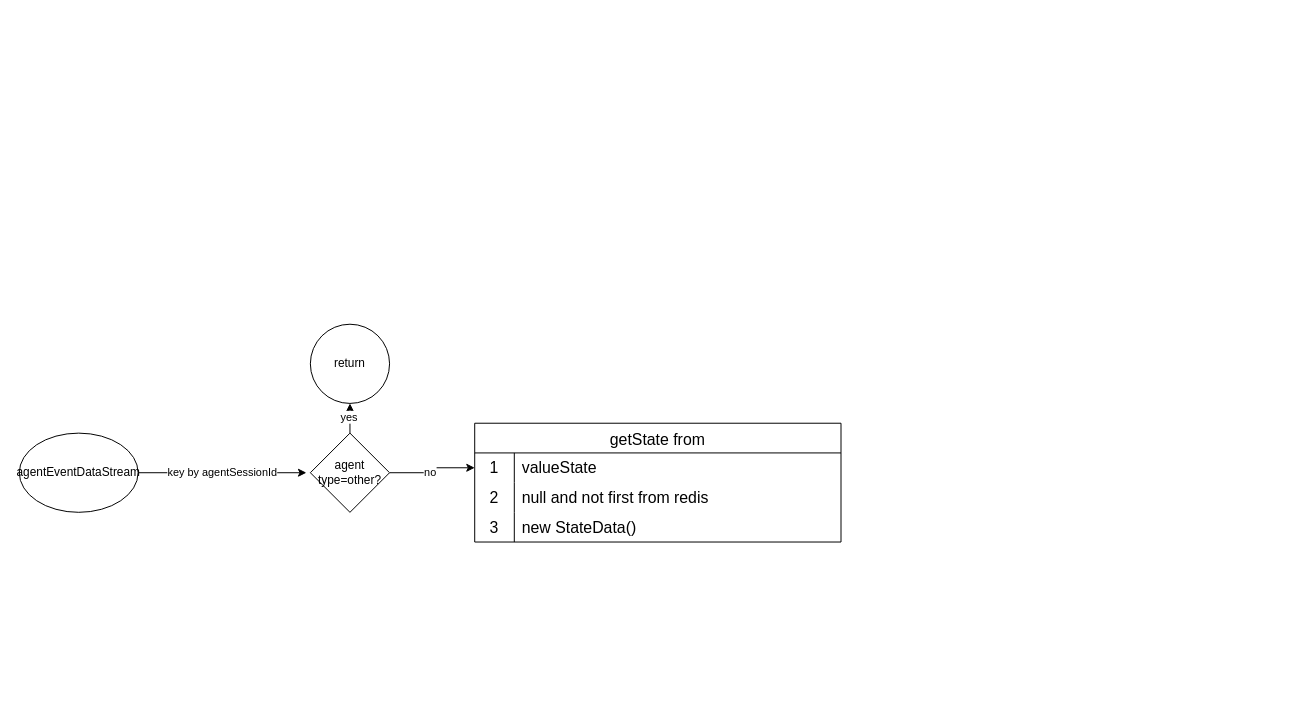
Earlier version of the draw.io diagram aarasr/aar-main.drawio (qianli2022/drawio). Source tidied: cells renumbered, new cells numbered last; positions are measured from the earlier drawing's top-left corner, leaving out a move shared by most shapes. Both pictures are drawn from the tidied source at 99%, with x=0, y=0 at pixel (19, 324).
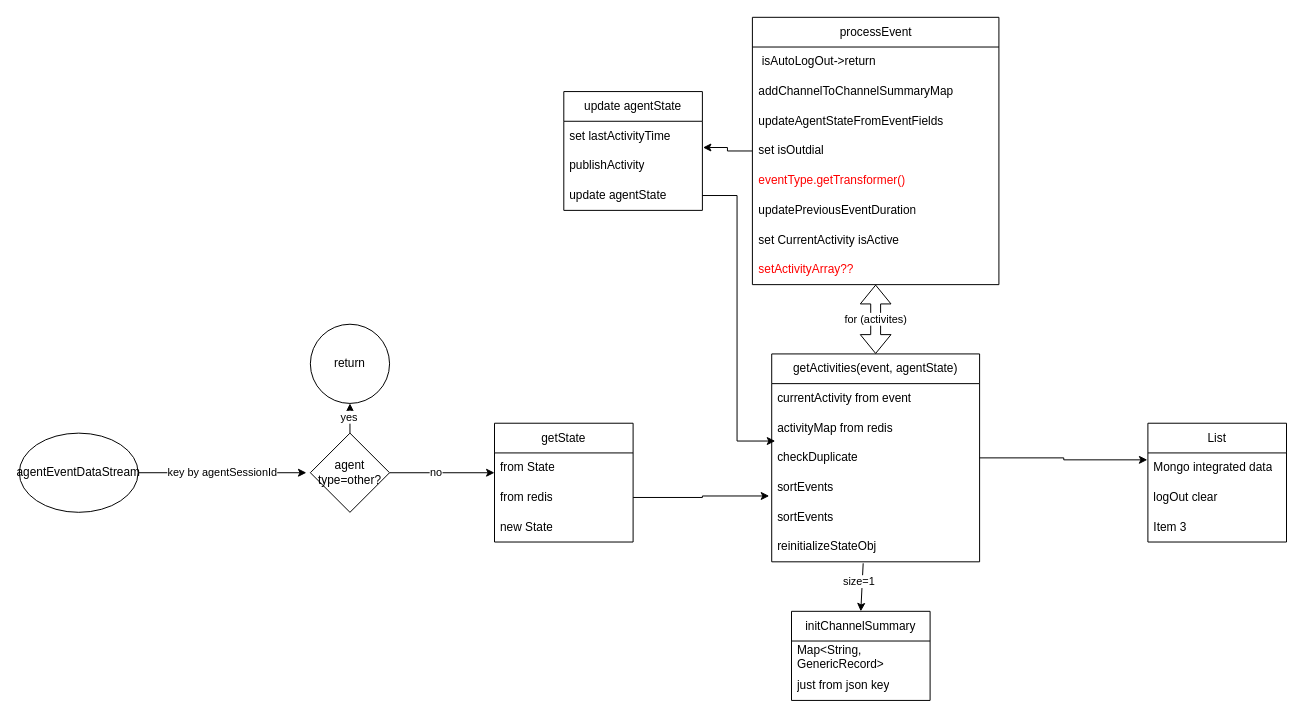
Above is the later version.

The change refers to these unchanged cells:
```xml
<mxCell id="8" value="agent type=other?" style="rhombus;whiteSpace=wrap;html=1;" parent="1" vertex="1">
  <mxGeometry x="294" y="110" width="80" height="80" as="geometry" />
</mxCell>
```

The edit, as a diff of the source:
```diff
@@
-    <mxCell id="6" style="edgeStyle=orthogonalEdgeStyle;rounded=0;jettySize=auto;html=1;entryX=0;entryY=0.5;entryDx=0;entryDy=0;" parent="1" edge="1" source="8" target="11">
+    <mxCell id="6" style="edgeStyle=orthogonalEdgeStyle;rounded=0;jettySize=auto;html=1;entryX=0;entryY=0.667;entryDx=0;entryDy=0;entryPerimeter=0;" parent="1" edge="1" source="8" target="21">
       <mxGeometry relative="1" as="geometry" />
     </mxCell>
@@
-    <mxCell id="10" value="getState from" style="shape=table;startSize=30;childLayout=tableLayout;rowLines=0;fontStyle=0;strokeColor=default;fontSize=16;" parent="1" vertex="1">
-      <mxGeometry x="460" y="100" width="370" height="120" as="geometry" />
-    </mxCell>
-    <mxCell id="11" style="shape=tableRow;horizontal=0;startSize=0;swimlaneHead=0;swimlaneBody=0;top=0;left=0;bottom=0;right=0;fillColor=none;points=[[0,0.5],[1,0.5]];portConstraint=eastwest;strokeColor=inherit;fontSize=16;" parent="10" vertex="1">
-      <mxGeometry y="30" width="370" height="30" as="geometry" />
-    </mxCell>
-    <mxCell id="12" value="1" style="shape=partialRectangle;html=1;whiteSpace=wrap;fillColor=none;top=0;left=0;bottom=0;right=0;overflow=hidden;strokeColor=inherit;fontSize=16;" parent="11" vertex="1">
-      <mxGeometry width="40" height="30" as="geometry" />
-    </mxCell>
-    <mxCell id="13" value="valueState" style="shape=partialRectangle;html=1;whiteSpace=wrap;fillColor=none;top=0;left=0;bottom=0;right=0;align=left;spacingLeft=6;overflow=hidden;strokeColor=inherit;fontSize=16;" parent="11" vertex="1">
-      <mxGeometry x="40" width="330" height="30" as="geometry" />
-    </mxCell>
-    <mxCell id="14" style="shape=tableRow;horizontal=0;startSize=0;swimlaneHead=0;swimlaneBody=0;top=0;left=0;bottom=0;right=0;fillColor=none;strokeColor=inherit;fontSize=16;" parent="10" vertex="1">
-      <mxGeometry y="60" width="370" height="30" as="geometry" />
-    </mxCell>
-    <mxCell id="15" value="2" style="shape=partialRectangle;html=1;whiteSpace=wrap;fillColor=none;top=0;left=0;bottom=0;right=0;overflow=hidden;strokeColor=inherit;fontSize=16;" parent="14" vertex="1">
-      <mxGeometry width="40" height="30" as="geometry" />
-    </mxCell>
-    <mxCell id="16" value="null and not first from redis" style="shape=partialRectangle;html=1;whiteSpace=wrap;fillColor=none;top=0;left=0;bottom=0;right=0;align=left;spacingLeft=6;overflow=hidden;strokeColor=inherit;fontSize=16;" parent="14" vertex="1">
-      <mxGeometry x="40" width="330" height="30" as="geometry" />
-    </mxCell>
-    <mxCell id="17" style="shape=tableRow;horizontal=0;startSize=0;swimlaneHead=0;swimlaneBody=0;top=0;left=0;bottom=0;right=0;fillColor=none;strokeColor=inherit;fontSize=16;" parent="10" vertex="1">
-      <mxGeometry y="90" width="370" height="30" as="geometry" />
-    </mxCell>
-    <mxCell id="18" value="3" style="shape=partialRectangle;html=1;whiteSpace=wrap;fillColor=none;top=0;left=0;bottom=0;right=0;overflow=hidden;strokeColor=inherit;fontSize=16;" parent="17" vertex="1">
-      <mxGeometry width="40" height="30" as="geometry" />
-    </mxCell>
-    <mxCell id="19" value="new StateData()" style="shape=partialRectangle;html=1;whiteSpace=wrap;fillColor=none;top=0;left=0;bottom=0;right=0;align=left;spacingLeft=6;overflow=hidden;strokeColor=inherit;fontSize=16;" parent="17" vertex="1">
-      <mxGeometry x="40" width="330" height="30" as="geometry" />
-    </mxCell>
+    <mxCell id="20" value="getState" style="swimlane;fontStyle=0;horizontal=1;startSize=30;whiteSpace=wrap;html=1;" parent="1" vertex="1">
+      <mxGeometry x="480" y="100" width="140" height="120" as="geometry" />
+    </mxCell>
+    <mxCell id="21" value="from State" style="text;strokeColor=none;fillColor=none;align=left;verticalAlign=middle;spacingLeft=4;spacingRight=4;overflow=hidden;points=[[0,0.5],[1,0.5]];portConstraint=eastwest;whiteSpace=wrap;html=1;" parent="20" vertex="1">
+      <mxGeometry y="30" width="140" height="30" as="geometry" />
+    </mxCell>
+    <mxCell id="22" value="from redis" style="text;strokeColor=none;fillColor=none;align=left;verticalAlign=middle;spacingLeft=4;spacingRight=4;overflow=hidden;points=[[0,0.5],[1,0.5]];portConstraint=eastwest;whiteSpace=wrap;html=1;" parent="20" vertex="1">
+      <mxGeometry y="60" width="140" height="30" as="geometry" />
+    </mxCell>
+    <mxCell id="23" value="new State" style="text;strokeColor=none;fillColor=none;align=left;verticalAlign=middle;spacingLeft=4;spacingRight=4;overflow=hidden;whiteSpace=wrap;html=1;" parent="20" vertex="1">
+      <mxGeometry y="90" width="140" height="30" as="geometry" />
+    </mxCell>
+    <mxCell id="24" value="getActivities(event, agentState)" style="swimlane;fontStyle=0;horizontal=1;startSize=30;whiteSpace=wrap;html=1;" parent="1" vertex="1">
+      <mxGeometry x="760" y="30" width="210" height="210" as="geometry" />
+    </mxCell>
+    <mxCell id="25" value="currentActivity from event" style="text;strokeColor=none;fillColor=none;align=left;verticalAlign=middle;spacingLeft=4;spacingRight=4;overflow=hidden;whiteSpace=wrap;html=1;" parent="24" vertex="1">
+      <mxGeometry y="30" width="210" height="30" as="geometry" />
+    </mxCell>
+    <mxCell id="26" value="activityMap from redis" style="text;strokeColor=none;fillColor=none;align=left;verticalAlign=middle;spacingLeft=4;spacingRight=4;overflow=hidden;whiteSpace=wrap;html=1;" parent="24" vertex="1">
+      <mxGeometry y="60" width="210" height="30" as="geometry" />
+    </mxCell>
+    <mxCell id="27" value="checkDuplicate" style="text;strokeColor=none;fillColor=none;align=left;verticalAlign=middle;spacingLeft=4;spacingRight=4;overflow=hidden;points=[[0,0.5],[1,0.5]];portConstraint=eastwest;whiteSpace=wrap;html=1;" parent="24" vertex="1">
+      <mxGeometry y="90" width="210" height="30" as="geometry" />
+    </mxCell>
+    <mxCell id="28" value="sortEvents" style="text;strokeColor=none;fillColor=none;align=left;verticalAlign=middle;spacingLeft=4;spacingRight=4;overflow=hidden;points=[[0,0.5],[1,0.5]];portConstraint=eastwest;whiteSpace=wrap;html=1;" parent="24" vertex="1">
+      <mxGeometry y="120" width="210" height="30" as="geometry" />
+    </mxCell>
+    <mxCell id="29" value="sortEvents" style="text;strokeColor=none;fillColor=none;align=left;verticalAlign=middle;spacingLeft=4;spacingRight=4;overflow=hidden;whiteSpace=wrap;html=1;" parent="24" vertex="1">
+      <mxGeometry y="150" width="210" height="30" as="geometry" />
+    </mxCell>
+    <mxCell id="30" value="reinitializeStateObj" style="text;strokeColor=none;fillColor=none;align=left;verticalAlign=middle;spacingLeft=4;spacingRight=4;overflow=hidden;points=[[0,0.5],[1,0.5]];portConstraint=eastwest;whiteSpace=wrap;html=1;" parent="24" vertex="1">
+      <mxGeometry y="180" width="210" height="30" as="geometry" />
+    </mxCell>
+    <mxCell id="31" value="initChannelSummary" style="swimlane;fontStyle=0;horizontal=1;startSize=30;whiteSpace=wrap;html=1;" parent="1" vertex="1">
+      <mxGeometry x="780" y="290" width="140" height="90" as="geometry" />
+    </mxCell>
+    <mxCell id="32" value="Map&amp;lt;String, GenericRecord&amp;gt;" style="text;strokeColor=none;fillColor=none;align=left;verticalAlign=middle;spacingLeft=4;spacingRight=4;overflow=hidden;whiteSpace=wrap;html=1;" parent="31" vertex="1">
+      <mxGeometry y="30" width="140" height="30" as="geometry" />
+    </mxCell>
+    <mxCell id="33" value="just from json key" style="text;strokeColor=none;fillColor=none;align=left;verticalAlign=middle;spacingLeft=4;spacingRight=4;overflow=hidden;whiteSpace=wrap;html=1;" parent="31" vertex="1">
+      <mxGeometry y="60" width="140" height="30" as="geometry" />
+    </mxCell>
+    <mxCell id="34" style="endArrow=classic;html=1;rounded=0;entryX=0.5;entryY=0;entryDx=0;entryDy=0;exitX=0.44;exitY=1.05;exitDx=0;exitDy=0;exitPerimeter=0;" parent="1" edge="1" source="30" target="31">
+      <mxGeometry relative="1" as="geometry" />
+    </mxCell>
+    <mxCell id="35" value="size=1" style="edgeLabel;html=1;align=center;verticalAlign=middle;" parent="34" vertex="1">
+      <mxGeometry x="-0.26" y="-4" relative="1" as="geometry" />
+    </mxCell>
+    <mxCell id="36" value="for (activites)" style="shape=flexArrow;endArrow=classic;startArrow=classic;html=1;rounded=0;" parent="1" edge="1" source="24" target="47">
+      <mxGeometry relative="1" as="geometry" />
+    </mxCell>
+    <mxCell id="37" style="edgeStyle=orthogonalEdgeStyle;rounded=0;jettySize=auto;html=1;entryX=-0.012;entryY=0.783;entryDx=0;entryDy=0;entryPerimeter=0;" parent="1" edge="1" source="22" target="28">
+      <mxGeometry relative="1" as="geometry" />
+    </mxCell>
+    <mxCell id="38" style="edgeStyle=orthogonalEdgeStyle;rounded=0;jettySize=auto;html=1;entryX=1.004;entryY=0.883;entryDx=0;entryDy=0;entryPerimeter=0;" parent="1" edge="1" source="39" target="49">
+      <mxGeometry relative="1" as="geometry" />
+    </mxCell>
+    <mxCell id="39" value="processEvent" style="swimlane;fontStyle=0;horizontal=1;startSize=30;whiteSpace=wrap;html=1;" parent="1" vertex="1">
+      <mxGeometry x="740.5" y="-310" width="249" height="270" as="geometry" />
+    </mxCell>
+    <mxCell id="40" value="&amp;nbsp;isAutoLogOut-&amp;gt;return" style="text;strokeColor=none;fillColor=none;align=left;verticalAlign=middle;spacingLeft=4;spacingRight=4;overflow=hidden;whiteSpace=wrap;html=1;" parent="39" vertex="1">
+      <mxGeometry y="30" width="249" height="30" as="geometry" />
+    </mxCell>
+    <mxCell id="41" value="addChannelToChannelSummaryMap" style="text;strokeColor=none;fillColor=none;align=left;verticalAlign=middle;spacingLeft=4;spacingRight=4;overflow=hidden;whiteSpace=wrap;html=1;" parent="39" vertex="1">
+      <mxGeometry y="60" width="249" height="30" as="geometry" />
+    </mxCell>
+    <mxCell id="42" value="updateAgentStateFromEventFields" style="text;strokeColor=none;fillColor=none;align=left;verticalAlign=middle;spacingLeft=4;spacingRight=4;overflow=hidden;whiteSpace=wrap;html=1;" parent="39" vertex="1">
+      <mxGeometry y="90" width="249" height="30" as="geometry" />
+    </mxCell>
+    <mxCell id="43" value="set isOutdial" style="text;strokeColor=none;fillColor=none;align=left;verticalAlign=middle;spacingLeft=4;spacingRight=4;overflow=hidden;whiteSpace=wrap;html=1;" parent="39" vertex="1">
+      <mxGeometry y="120" width="249" height="30" as="geometry" />
+    </mxCell>
+    <mxCell id="44" value="&lt;font color=&quot;#ff0000&quot;&gt;eventType.getTransformer()&lt;/font&gt;" style="text;strokeColor=none;fillColor=none;align=left;verticalAlign=middle;spacingLeft=4;spacingRight=4;overflow=hidden;whiteSpace=wrap;html=1;" parent="39" vertex="1">
+      <mxGeometry y="150" width="249" height="30" as="geometry" />
+    </mxCell>
+    <mxCell id="45" value="updatePreviousEventDuration" style="text;strokeColor=none;fillColor=none;align=left;verticalAlign=middle;spacingLeft=4;spacingRight=4;overflow=hidden;whiteSpace=wrap;html=1;" parent="39" vertex="1">
+      <mxGeometry y="180" width="249" height="30" as="geometry" />
+    </mxCell>
+    <mxCell id="46" value="set CurrentActivity isActive" style="text;strokeColor=none;fillColor=none;align=left;verticalAlign=middle;spacingLeft=4;spacingRight=4;overflow=hidden;whiteSpace=wrap;html=1;" parent="39" vertex="1">
+      <mxGeometry y="210" width="249" height="30" as="geometry" />
+    </mxCell>
+    <mxCell id="47" value="&lt;font color=&quot;#ff0000&quot;&gt;setActivityArray??&lt;/font&gt;" style="text;strokeColor=none;fillColor=none;align=left;verticalAlign=middle;spacingLeft=4;spacingRight=4;overflow=hidden;points=[[0,0.5],[1,0.5]];portConstraint=eastwest;whiteSpace=wrap;html=1;" parent="39" vertex="1">
+      <mxGeometry y="240" width="249" height="30" as="geometry" />
+    </mxCell>
+    <mxCell id="48" value="update agentState" style="swimlane;fontStyle=0;horizontal=1;startSize=30;whiteSpace=wrap;html=1;" parent="1" vertex="1">
+      <mxGeometry x="550" y="-235" width="140" height="120" as="geometry" />
+    </mxCell>
+    <mxCell id="49" value="set lastActivityTime" style="text;strokeColor=none;fillColor=none;align=left;verticalAlign=middle;spacingLeft=4;spacingRight=4;overflow=hidden;points=[[0,0.5],[1,0.5]];portConstraint=eastwest;whiteSpace=wrap;html=1;" parent="48" vertex="1">
+      <mxGeometry y="30" width="140" height="30" as="geometry" />
+    </mxCell>
+    <mxCell id="50" value="publishActivity" style="text;strokeColor=none;fillColor=none;align=left;verticalAlign=middle;spacingLeft=4;spacingRight=4;overflow=hidden;whiteSpace=wrap;html=1;" parent="48" vertex="1">
+      <mxGeometry y="60" width="140" height="30" as="geometry" />
+    </mxCell>
+    <mxCell id="51" value="update&amp;nbsp;agentState" style="text;strokeColor=none;fillColor=none;align=left;verticalAlign=middle;spacingLeft=4;spacingRight=4;overflow=hidden;points=[[0,0.5],[1,0.5]];portConstraint=eastwest;whiteSpace=wrap;html=1;" parent="48" vertex="1">
+      <mxGeometry y="90" width="140" height="30" as="geometry" />
+    </mxCell>
+    <mxCell id="52" value="List" style="swimlane;fontStyle=0;horizontal=1;startSize=30;whiteSpace=wrap;html=1;" parent="1" vertex="1">
+      <mxGeometry x="1140" y="100" width="140" height="120" as="geometry" />
+    </mxCell>
+    <mxCell id="53" value="Mongo integrated data" style="text;strokeColor=none;fillColor=none;align=left;verticalAlign=middle;spacingLeft=4;spacingRight=4;overflow=hidden;points=[[0,0.5],[1,0.5]];portConstraint=eastwest;whiteSpace=wrap;html=1;" parent="52" vertex="1">
+      <mxGeometry y="30" width="140" height="30" as="geometry" />
+    </mxCell>
+    <mxCell id="54" value="logOut clear" style="text;strokeColor=none;fillColor=none;align=left;verticalAlign=middle;spacingLeft=4;spacingRight=4;overflow=hidden;whiteSpace=wrap;html=1;" parent="52" vertex="1">
+      <mxGeometry y="60" width="140" height="30" as="geometry" />
+    </mxCell>
+    <mxCell id="55" value="Item 3" style="text;strokeColor=none;fillColor=none;align=left;verticalAlign=middle;spacingLeft=4;spacingRight=4;overflow=hidden;whiteSpace=wrap;html=1;" parent="52" vertex="1">
+      <mxGeometry y="90" width="140" height="30" as="geometry" />
+    </mxCell>
+    <mxCell id="56" style="edgeStyle=orthogonalEdgeStyle;rounded=0;jettySize=auto;html=1;entryX=-0.004;entryY=0.233;entryDx=0;entryDy=0;entryPerimeter=0;" parent="1" edge="1" source="27" target="53">
+      <mxGeometry relative="1" as="geometry" />
+    </mxCell>
+    <mxCell id="57" style="edgeStyle=orthogonalEdgeStyle;rounded=0;jettySize=auto;html=1;entryX=0.017;entryY=-0.067;entryDx=0;entryDy=0;entryPerimeter=0;" parent="1" edge="1" source="51" target="27">
+      <mxGeometry relative="1" as="geometry" />
+    </mxCell>
```
